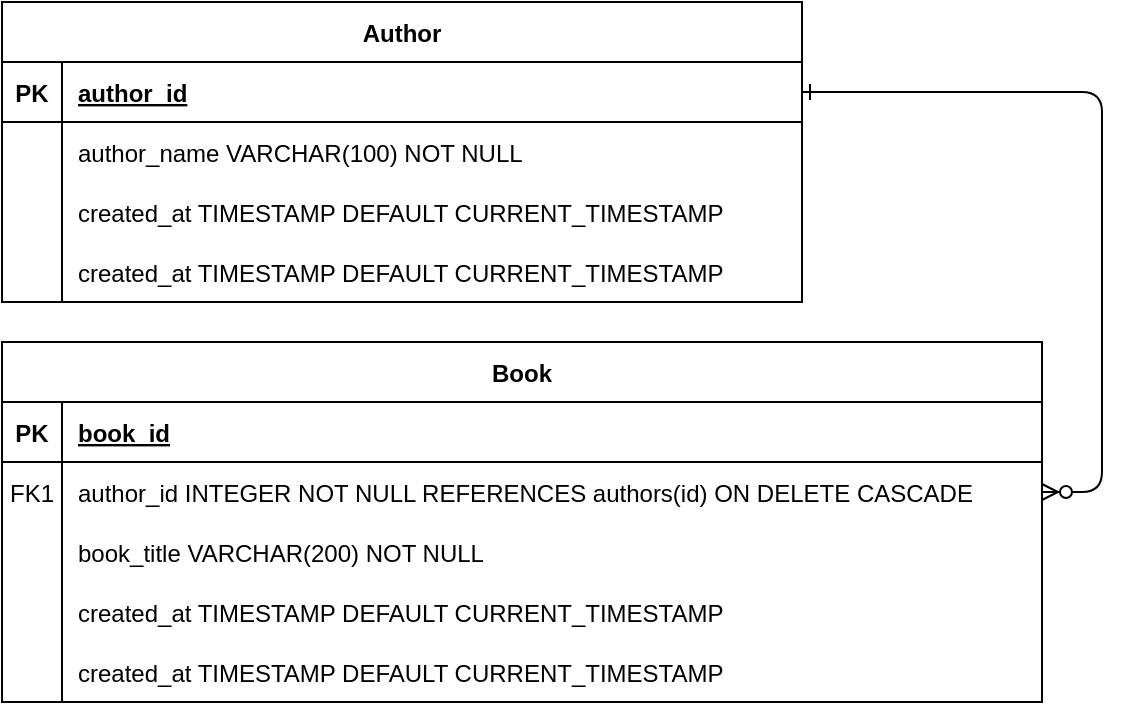
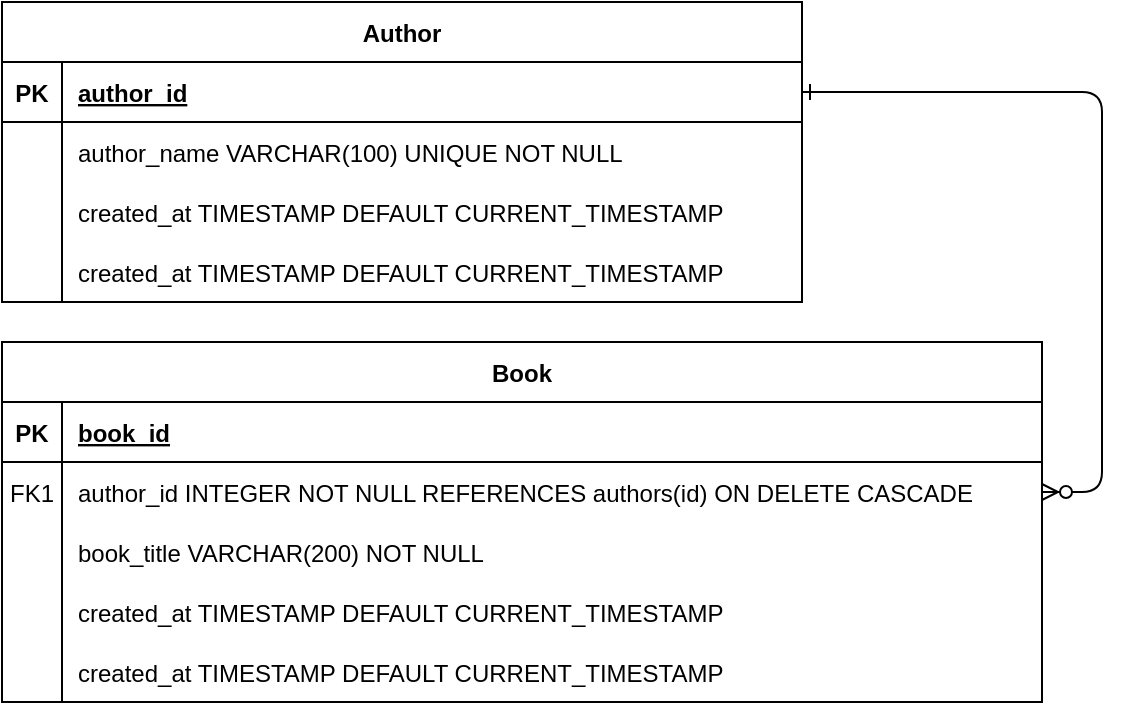
<mxfile host="app.diagrams.net" agent="5.0 (Macintosh; Intel Mac OS X 10_14_6) AppleWebKit/537.36 (KHTML, like Gecko) Chrome/83.0.4103.116 Safari/537.36">
  <diagram id="R2lEEEUBdFMjLlhIrx00" name="Page-1">
    <mxGraphModel dx="691" dy="742" grid="1" gridSize="10" guides="1" tooltips="1" connect="1" arrows="1" fold="1" page="1" pageScale="1" pageWidth="850" pageHeight="1100" math="0" shadow="0" extFonts="Permanent Marker^https://fonts.googleapis.com/css?family=Permanent+Marker">
      <root>
        <mxCell id="0" />
        <mxCell id="1" parent="0" />
        <mxCell id="C-vyLk0tnHw3VtMMgP7b-1" edge="1" parent="1" source="C-vyLk0tnHw3VtMMgP7b-24" style="edgeStyle=entityRelationEdgeStyle;endArrow=ERzeroToMany;startArrow=ERone;endFill=1;startFill=0;" target="C-vyLk0tnHw3VtMMgP7b-6" value="">
          <mxGeometry height="100" relative="1" width="100" as="geometry">
            <mxPoint x="340" y="720" as="sourcePoint" />
            <mxPoint x="440" y="620" as="targetPoint" />
          </mxGeometry>
        </mxCell>
        <mxCell id="C-vyLk0tnHw3VtMMgP7b-2" parent="1" style="shape=table;startSize=30;container=1;collapsible=1;childLayout=tableLayout;fixedRows=1;rowLines=0;fontStyle=1;align=center;resizeLast=1;" value="Book" vertex="1">
          <mxGeometry height="180" width="520" y="290" as="geometry">
            <mxRectangle height="30" width="80" x="450" y="120" as="alternateBounds" />
          </mxGeometry>
        </mxCell>
        <mxCell id="C-vyLk0tnHw3VtMMgP7b-3" parent="C-vyLk0tnHw3VtMMgP7b-2" style="shape=partialRectangle;collapsible=0;dropTarget=0;pointerEvents=0;fillColor=none;points=[[0,0.5],[1,0.5]];portConstraint=eastwest;top=0;left=0;right=0;bottom=1;" value="" vertex="1">
          <mxGeometry height="30" width="520" y="30" as="geometry" />
        </mxCell>
        <mxCell id="C-vyLk0tnHw3VtMMgP7b-4" parent="C-vyLk0tnHw3VtMMgP7b-3" style="shape=partialRectangle;overflow=hidden;connectable=0;fillColor=none;top=0;left=0;bottom=0;right=0;fontStyle=1;" value="PK" vertex="1">
          <mxGeometry height="30" width="30" as="geometry">
            <mxRectangle height="30" width="30" as="alternateBounds" />
          </mxGeometry>
        </mxCell>
        <mxCell id="C-vyLk0tnHw3VtMMgP7b-5" parent="C-vyLk0tnHw3VtMMgP7b-3" style="shape=partialRectangle;overflow=hidden;connectable=0;fillColor=none;top=0;left=0;bottom=0;right=0;align=left;spacingLeft=6;fontStyle=5;" value="book_id" vertex="1">
          <mxGeometry height="30" width="490" x="30" as="geometry">
            <mxRectangle height="30" width="490" as="alternateBounds" />
          </mxGeometry>
        </mxCell>
        <mxCell id="C-vyLk0tnHw3VtMMgP7b-6" parent="C-vyLk0tnHw3VtMMgP7b-2" style="shape=partialRectangle;collapsible=0;dropTarget=0;pointerEvents=0;fillColor=none;points=[[0,0.5],[1,0.5]];portConstraint=eastwest;top=0;left=0;right=0;bottom=0;" value="" vertex="1">
          <mxGeometry height="30" width="520" y="60" as="geometry" />
        </mxCell>
        <mxCell id="C-vyLk0tnHw3VtMMgP7b-7" parent="C-vyLk0tnHw3VtMMgP7b-6" style="shape=partialRectangle;overflow=hidden;connectable=0;fillColor=none;top=0;left=0;bottom=0;right=0;" value="FK1" vertex="1">
          <mxGeometry height="30" width="30" as="geometry">
            <mxRectangle height="30" width="30" as="alternateBounds" />
          </mxGeometry>
        </mxCell>
        <mxCell id="C-vyLk0tnHw3VtMMgP7b-8" parent="C-vyLk0tnHw3VtMMgP7b-6" style="shape=partialRectangle;overflow=hidden;connectable=0;fillColor=none;top=0;left=0;bottom=0;right=0;align=left;spacingLeft=6;" value="author_id INTEGER NOT NULL REFERENCES authors(id) ON DELETE CASCADE" vertex="1">
          <mxGeometry height="30" width="490" x="30" as="geometry">
            <mxRectangle height="30" width="490" as="alternateBounds" />
          </mxGeometry>
        </mxCell>
        <mxCell id="C-vyLk0tnHw3VtMMgP7b-9" parent="C-vyLk0tnHw3VtMMgP7b-2" style="shape=partialRectangle;collapsible=0;dropTarget=0;pointerEvents=0;fillColor=none;points=[[0,0.5],[1,0.5]];portConstraint=eastwest;top=0;left=0;right=0;bottom=0;" value="" vertex="1">
          <mxGeometry height="30" width="520" y="90" as="geometry" />
        </mxCell>
        <mxCell id="C-vyLk0tnHw3VtMMgP7b-10" parent="C-vyLk0tnHw3VtMMgP7b-9" style="shape=partialRectangle;overflow=hidden;connectable=0;fillColor=none;top=0;left=0;bottom=0;right=0;" value="" vertex="1">
          <mxGeometry height="30" width="30" as="geometry">
            <mxRectangle height="30" width="30" as="alternateBounds" />
          </mxGeometry>
        </mxCell>
        <mxCell id="C-vyLk0tnHw3VtMMgP7b-11" parent="C-vyLk0tnHw3VtMMgP7b-9" style="shape=partialRectangle;overflow=hidden;connectable=0;fillColor=none;top=0;left=0;bottom=0;right=0;align=left;spacingLeft=6;" value="book_title VARCHAR(200) NOT NULL" vertex="1">
          <mxGeometry height="30" width="490" x="30" as="geometry">
            <mxRectangle height="30" width="490" as="alternateBounds" />
          </mxGeometry>
        </mxCell>
        <mxCell id="JdA6cMxu9zwHccvZ0JQY-26" parent="C-vyLk0tnHw3VtMMgP7b-2" style="shape=partialRectangle;collapsible=0;dropTarget=0;pointerEvents=0;fillColor=none;points=[[0,0.5],[1,0.5]];portConstraint=eastwest;top=0;left=0;right=0;bottom=0;" value="" vertex="1">
          <mxGeometry height="30" width="520" y="120" as="geometry" />
        </mxCell>
        <mxCell id="JdA6cMxu9zwHccvZ0JQY-27" parent="JdA6cMxu9zwHccvZ0JQY-26" style="shape=partialRectangle;overflow=hidden;connectable=0;fillColor=none;top=0;left=0;bottom=0;right=0;" value="" vertex="1">
          <mxGeometry height="30" width="30" as="geometry">
            <mxRectangle height="30" width="30" as="alternateBounds" />
          </mxGeometry>
        </mxCell>
        <mxCell id="JdA6cMxu9zwHccvZ0JQY-28" parent="JdA6cMxu9zwHccvZ0JQY-26" style="shape=partialRectangle;overflow=hidden;connectable=0;fillColor=none;top=0;left=0;bottom=0;right=0;align=left;spacingLeft=6;" value="created_at TIMESTAMP DEFAULT CURRENT_TIMESTAMP" vertex="1">
          <mxGeometry height="30" width="490" x="30" as="geometry">
            <mxRectangle height="30" width="490" as="alternateBounds" />
          </mxGeometry>
        </mxCell>
        <mxCell id="JdA6cMxu9zwHccvZ0JQY-29" parent="C-vyLk0tnHw3VtMMgP7b-2" style="shape=partialRectangle;collapsible=0;dropTarget=0;pointerEvents=0;fillColor=none;points=[[0,0.5],[1,0.5]];portConstraint=eastwest;top=0;left=0;right=0;bottom=0;" value="" vertex="1">
          <mxGeometry height="30" width="520" y="150" as="geometry" />
        </mxCell>
        <mxCell id="JdA6cMxu9zwHccvZ0JQY-30" parent="JdA6cMxu9zwHccvZ0JQY-29" style="shape=partialRectangle;overflow=hidden;connectable=0;fillColor=none;top=0;left=0;bottom=0;right=0;" value="" vertex="1">
          <mxGeometry height="30" width="30" as="geometry">
            <mxRectangle height="30" width="30" as="alternateBounds" />
          </mxGeometry>
        </mxCell>
        <mxCell id="JdA6cMxu9zwHccvZ0JQY-31" parent="JdA6cMxu9zwHccvZ0JQY-29" style="shape=partialRectangle;overflow=hidden;connectable=0;fillColor=none;top=0;left=0;bottom=0;right=0;align=left;spacingLeft=6;" value="created_at TIMESTAMP DEFAULT CURRENT_TIMESTAMP" vertex="1">
          <mxGeometry height="30" width="490" x="30" as="geometry">
            <mxRectangle height="30" width="490" as="alternateBounds" />
          </mxGeometry>
        </mxCell>
        <mxCell id="C-vyLk0tnHw3VtMMgP7b-23" parent="1" style="shape=table;startSize=30;container=1;collapsible=1;childLayout=tableLayout;fixedRows=1;rowLines=0;fontStyle=1;align=center;resizeLast=1;" value="Author" vertex="1">
          <mxGeometry height="150" width="400" y="120" as="geometry" />
        </mxCell>
        <mxCell id="C-vyLk0tnHw3VtMMgP7b-24" parent="C-vyLk0tnHw3VtMMgP7b-23" style="shape=partialRectangle;collapsible=0;dropTarget=0;pointerEvents=0;fillColor=none;points=[[0,0.5],[1,0.5]];portConstraint=eastwest;top=0;left=0;right=0;bottom=1;" value="" vertex="1">
          <mxGeometry height="30" width="400" y="30" as="geometry" />
        </mxCell>
        <mxCell id="C-vyLk0tnHw3VtMMgP7b-25" parent="C-vyLk0tnHw3VtMMgP7b-24" style="shape=partialRectangle;overflow=hidden;connectable=0;fillColor=none;top=0;left=0;bottom=0;right=0;fontStyle=1;" value="PK" vertex="1">
          <mxGeometry height="30" width="30" as="geometry">
            <mxRectangle height="30" width="30" as="alternateBounds" />
          </mxGeometry>
        </mxCell>
        <mxCell id="C-vyLk0tnHw3VtMMgP7b-26" parent="C-vyLk0tnHw3VtMMgP7b-24" style="shape=partialRectangle;overflow=hidden;connectable=0;fillColor=none;top=0;left=0;bottom=0;right=0;align=left;spacingLeft=6;fontStyle=5;" value="author_id" vertex="1">
          <mxGeometry height="30" width="370" x="30" as="geometry">
            <mxRectangle height="30" width="370" as="alternateBounds" />
          </mxGeometry>
        </mxCell>
        <mxCell id="C-vyLk0tnHw3VtMMgP7b-27" parent="C-vyLk0tnHw3VtMMgP7b-23" style="shape=partialRectangle;collapsible=0;dropTarget=0;pointerEvents=0;fillColor=none;points=[[0,0.5],[1,0.5]];portConstraint=eastwest;top=0;left=0;right=0;bottom=0;" value="" vertex="1">
          <mxGeometry height="30" width="400" y="60" as="geometry" />
        </mxCell>
        <mxCell id="C-vyLk0tnHw3VtMMgP7b-28" parent="C-vyLk0tnHw3VtMMgP7b-27" style="shape=partialRectangle;overflow=hidden;connectable=0;fillColor=none;top=0;left=0;bottom=0;right=0;" value="" vertex="1">
          <mxGeometry height="30" width="30" as="geometry">
            <mxRectangle height="30" width="30" as="alternateBounds" />
          </mxGeometry>
        </mxCell>
-         <mxCell id="C-vyLk0tnHw3VtMMgP7b-29" parent="C-vyLk0tnHw3VtMMgP7b-27" style="shape=partialRectangle;overflow=hidden;connectable=0;fillColor=none;top=0;left=0;bottom=0;right=0;align=left;spacingLeft=6;" value="author_name VARCHAR(100) NOT NULL" vertex="1">
+         <mxCell id="C-vyLk0tnHw3VtMMgP7b-29" parent="C-vyLk0tnHw3VtMMgP7b-27" style="shape=partialRectangle;overflow=hidden;connectable=0;fillColor=none;top=0;left=0;bottom=0;right=0;align=left;spacingLeft=6;" value="author_name VARCHAR(100) UNIQUE NOT NULL" vertex="1">
          <mxGeometry height="30" width="370" x="30" as="geometry">
            <mxRectangle height="30" width="370" as="alternateBounds" />
          </mxGeometry>
        </mxCell>
        <mxCell id="JdA6cMxu9zwHccvZ0JQY-20" parent="C-vyLk0tnHw3VtMMgP7b-23" style="shape=partialRectangle;collapsible=0;dropTarget=0;pointerEvents=0;fillColor=none;points=[[0,0.5],[1,0.5]];portConstraint=eastwest;top=0;left=0;right=0;bottom=0;" value="" vertex="1">
          <mxGeometry height="30" width="400" y="90" as="geometry" />
        </mxCell>
        <mxCell id="JdA6cMxu9zwHccvZ0JQY-21" parent="JdA6cMxu9zwHccvZ0JQY-20" style="shape=partialRectangle;overflow=hidden;connectable=0;fillColor=none;top=0;left=0;bottom=0;right=0;" value="" vertex="1">
          <mxGeometry height="30" width="30" as="geometry">
            <mxRectangle height="30" width="30" as="alternateBounds" />
          </mxGeometry>
        </mxCell>
        <mxCell id="JdA6cMxu9zwHccvZ0JQY-22" parent="JdA6cMxu9zwHccvZ0JQY-20" style="shape=partialRectangle;overflow=hidden;connectable=0;fillColor=none;top=0;left=0;bottom=0;right=0;align=left;spacingLeft=6;" value="created_at TIMESTAMP DEFAULT CURRENT_TIMESTAMP" vertex="1">
          <mxGeometry height="30" width="370" x="30" as="geometry">
            <mxRectangle height="30" width="370" as="alternateBounds" />
          </mxGeometry>
        </mxCell>
        <mxCell id="JdA6cMxu9zwHccvZ0JQY-23" parent="C-vyLk0tnHw3VtMMgP7b-23" style="shape=partialRectangle;collapsible=0;dropTarget=0;pointerEvents=0;fillColor=none;points=[[0,0.5],[1,0.5]];portConstraint=eastwest;top=0;left=0;right=0;bottom=0;" value="" vertex="1">
          <mxGeometry height="30" width="400" y="120" as="geometry" />
        </mxCell>
        <mxCell id="JdA6cMxu9zwHccvZ0JQY-24" parent="JdA6cMxu9zwHccvZ0JQY-23" style="shape=partialRectangle;overflow=hidden;connectable=0;fillColor=none;top=0;left=0;bottom=0;right=0;" value="" vertex="1">
          <mxGeometry height="30" width="30" as="geometry">
            <mxRectangle height="30" width="30" as="alternateBounds" />
          </mxGeometry>
        </mxCell>
        <mxCell id="JdA6cMxu9zwHccvZ0JQY-25" parent="JdA6cMxu9zwHccvZ0JQY-23" style="shape=partialRectangle;overflow=hidden;connectable=0;fillColor=none;top=0;left=0;bottom=0;right=0;align=left;spacingLeft=6;" value="created_at TIMESTAMP DEFAULT CURRENT_TIMESTAMP" vertex="1">
          <mxGeometry height="30" width="370" x="30" as="geometry">
            <mxRectangle height="30" width="370" as="alternateBounds" />
          </mxGeometry>
        </mxCell>
      </root>
    </mxGraphModel>
  </diagram>
</mxfile>
